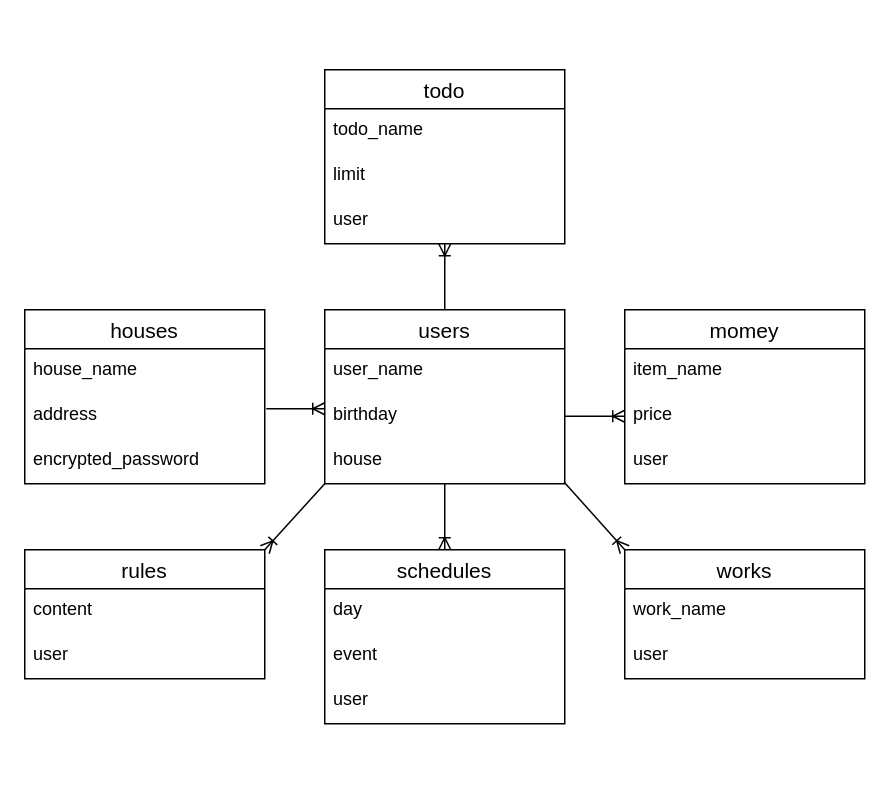
Above: ER.dio in umedayuuki/sharehouse-management (draw.io), before the change. Source tidied: cells renumbered, new cells numbered last; positions are measured from the earlier drawing's top-left corner, leaving out a move shared by most shapes. Both pictures are drawn from the tidied source at 150%, with x=0, y=0 at pixel (24, 69).
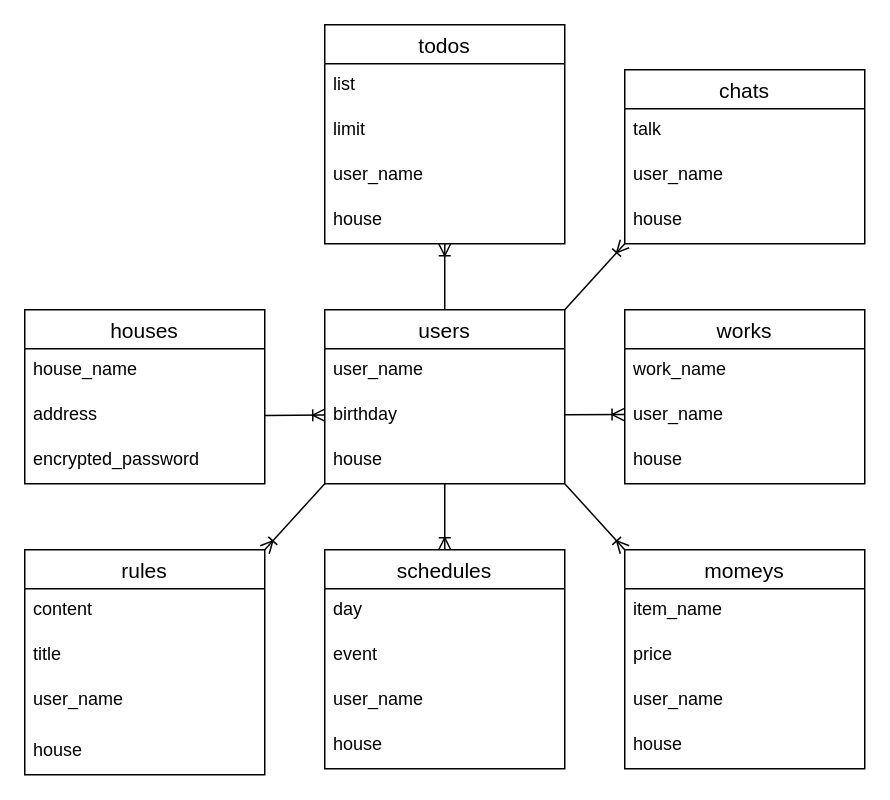
The same page after the edit.

Unchanged cells that the change refers to:
```xml
<mxCell id="4" value="address" style="text;strokeColor=none;fillColor=none;spacingLeft=4;spacingRight=4;overflow=hidden;points=[[0,0.5],[1,0.5]];portConstraint=eastwest;fontSize=12;" parent="2" vertex="1">
  <mxGeometry y="56" width="160" height="30" as="geometry" />
</mxCell>
<mxCell id="6" value="users" style="swimlane;fontStyle=0;horizontal=1;startSize=26;align=center;fontSize=14;" parent="1" vertex="1">
  <mxGeometry x="200" y="160" width="160" height="116" as="geometry" />
</mxCell>
<mxCell id="8" value="birthday" style="text;strokeColor=none;fillColor=none;spacingLeft=4;spacingRight=4;overflow=hidden;points=[[0,0.5],[1,0.5]];portConstraint=eastwest;fontSize=12;" parent="6" vertex="1">
  <mxGeometry y="56" width="160" height="30" as="geometry" />
</mxCell>
<mxCell id="9" value="house" style="text;strokeColor=none;fillColor=none;spacingLeft=4;spacingRight=4;overflow=hidden;points=[[0,0.5],[1,0.5]];portConstraint=eastwest;fontSize=12;" parent="6" vertex="1">
  <mxGeometry y="86" width="160" height="30" as="geometry" />
</mxCell>
<mxCell id="12" value="price" style="text;strokeColor=none;fillColor=none;spacingLeft=4;spacingRight=4;overflow=hidden;points=[[0,0.5],[1,0.5]];portConstraint=eastwest;fontSize=12;" parent="10" vertex="1">
  <mxGeometry y="56" width="160" height="30" as="geometry" />
</mxCell>
```

What changed in the source:
```diff
@@
-    <mxCell id="10" value="momey" style="swimlane;fontStyle=0;horizontal=1;startSize=26;align=center;fontSize=14;" parent="1" vertex="1">
-      <mxGeometry x="400" y="160" width="160" height="116" as="geometry" />
+    <mxCell id="10" value="momeys" style="swimlane;fontStyle=0;horizontal=1;startSize=26;align=center;fontSize=14;" parent="1" vertex="1">
+      <mxGeometry x="400" y="320" width="160" height="146" as="geometry" />
     </mxCell>
@@
-    <mxCell id="13" value="user" style="text;strokeColor=none;fillColor=none;spacingLeft=4;spacingRight=4;overflow=hidden;fontSize=12;" parent="10" vertex="1">
+    <mxCell id="13" value="user_name" style="text;strokeColor=none;fillColor=none;spacingLeft=4;spacingRight=4;overflow=hidden;fontSize=12;" parent="10" vertex="1">
       <mxGeometry y="86" width="160" height="30" as="geometry" />
     </mxCell>
+    <mxCell id="34" value="house" style="text;strokeColor=none;fillColor=none;spacingLeft=4;spacingRight=4;overflow=hidden;fontSize=12;" parent="10" vertex="1">
+      <mxGeometry y="116" width="160" height="30" as="geometry" />
+    </mxCell>
     <mxCell id="14" value="schedules" style="swimlane;fontStyle=0;horizontal=1;startSize=26;align=center;fontSize=14;" parent="1" vertex="1">
-      <mxGeometry x="200" y="320" width="160" height="116" as="geometry" />
+      <mxGeometry x="200" y="320" width="160" height="146" as="geometry" />
     </mxCell>
@@
-    <mxCell id="17" value="user" style="text;strokeColor=none;fillColor=none;spacingLeft=4;spacingRight=4;overflow=hidden;fontSize=12;" parent="14" vertex="1">
+    <mxCell id="17" value="user_name" style="text;strokeColor=none;fillColor=none;spacingLeft=4;spacingRight=4;overflow=hidden;fontSize=12;" parent="14" vertex="1">
       <mxGeometry y="86" width="160" height="30" as="geometry" />
     </mxCell>
+    <mxCell id="35" value="house" style="text;strokeColor=none;fillColor=none;spacingLeft=4;spacingRight=4;overflow=hidden;fontSize=12;" parent="14" vertex="1">
+      <mxGeometry y="116" width="160" height="30" as="geometry" />
+    </mxCell>
     <mxCell id="18" value="works" style="swimlane;fontStyle=0;horizontal=1;startSize=26;align=center;fontSize=14;" parent="1" vertex="1">
-      <mxGeometry x="400" y="320" width="160" height="86" as="geometry" />
+      <mxGeometry x="400" y="160" width="160" height="116" as="geometry" />
     </mxCell>
@@
-    <mxCell id="20" value="user" style="text;strokeColor=none;fillColor=none;spacingLeft=4;spacingRight=4;overflow=hidden;points=[[0,0.5],[1,0.5]];portConstraint=eastwest;fontSize=12;" parent="18" vertex="1">
+    <mxCell id="20" value="user_name" style="text;strokeColor=none;fillColor=none;spacingLeft=4;spacingRight=4;overflow=hidden;points=[[0,0.5],[1,0.5]];portConstraint=eastwest;fontSize=12;" parent="18" vertex="1">
       <mxGeometry y="56" width="160" height="30" as="geometry" />
     </mxCell>
+    <mxCell id="36" value="house" style="text;strokeColor=none;fillColor=none;spacingLeft=4;spacingRight=4;overflow=hidden;fontSize=12;" parent="18" vertex="1">
+      <mxGeometry y="86" width="160" height="30" as="geometry" />
+    </mxCell>
     <mxCell id="21" value="rules" style="swimlane;fontStyle=0;horizontal=1;startSize=26;align=center;fontSize=14;" parent="1" vertex="1">
-      <mxGeometry y="320" width="160" height="86" as="geometry" />
+      <mxGeometry y="320" width="160" height="150" as="geometry" />
     </mxCell>
@@
+    <mxCell id="37" value="title" style="text;strokeColor=none;fillColor=none;spacingLeft=4;spacingRight=4;overflow=hidden;fontSize=12;" parent="21" vertex="1">
+      <mxGeometry y="56" width="160" height="30" as="geometry" />
+    </mxCell>
-    <mxCell id="23" value="user" style="text;strokeColor=none;fillColor=none;spacingLeft=4;spacingRight=4;overflow=hidden;fontSize=12;" parent="21" vertex="1">
-      <mxGeometry y="56" width="160" height="30" as="geometry" />
+    <mxCell id="23" value="user_name" style="text;strokeColor=none;fillColor=none;spacingLeft=4;spacingRight=4;overflow=hidden;fontSize=12;" parent="21" vertex="1">
+      <mxGeometry y="86" width="160" height="34" as="geometry" />
     </mxCell>
+    <mxCell id="38" value="house" style="text;strokeColor=none;fillColor=none;spacingLeft=4;spacingRight=4;overflow=hidden;fontSize=12;" parent="21" vertex="1">
+      <mxGeometry y="120" width="160" height="30" as="geometry" />
+    </mxCell>
-    <mxCell id="24" style="fontSize=12;html=1;endArrow=ERoneToMany;" parent="1" edge="1">
-      <mxGeometry relative="1" as="geometry">
-        <mxPoint x="161" y="226" as="sourcePoint" />
-        <mxPoint x="200" y="226" as="targetPoint" />
-      </mxGeometry>
+    <mxCell id="24" style="fontSize=12;html=1;endArrow=ERoneToMany;entryX=0;entryY=0.474;entryDx=0;entryDy=0;entryPerimeter=0;exitX=1.001;exitY=0.483;exitDx=0;exitDy=0;exitPerimeter=0;" parent="1" edge="1" source="4" target="8">
+      <mxGeometry relative="1" as="geometry" />
     </mxCell>
-    <mxCell id="25" style="fontSize=12;html=1;endArrow=ERoneToMany;entryX=0;entryY=0.5;entryDx=0;entryDy=0;exitX=1;exitY=0.5;exitDx=0;exitDy=0;" parent="1" edge="1" source="8" target="12">
+    <mxCell id="25" style="fontSize=12;html=1;endArrow=ERoneToMany;exitX=1;exitY=0.465;exitDx=0;exitDy=0;exitPerimeter=0;entryX=-0.003;entryY=0.463;entryDx=0;entryDy=0;entryPerimeter=0;" parent="1" edge="1" source="8" target="20">
       <mxGeometry relative="1" as="geometry" />
     </mxCell>
-    <mxCell id="26" style="fontSize=12;html=1;endArrow=ERoneToMany;entryX=0;entryY=0;entryDx=0;entryDy=0;exitX=0.998;exitY=0.967;exitDx=0;exitDy=0;exitPerimeter=0;" parent="1" edge="1" source="9" target="18">
+    <mxCell id="26" style="fontSize=12;html=1;endArrow=ERoneToMany;entryX=0;entryY=0;entryDx=0;entryDy=0;exitX=1.001;exitY=1.005;exitDx=0;exitDy=0;exitPerimeter=0;" parent="1" edge="1" source="9" target="10">
       <mxGeometry relative="1" as="geometry" />
     </mxCell>
@@
-    <mxCell id="28" value="todo" style="swimlane;fontStyle=0;horizontal=1;startSize=26;align=center;fontSize=14;" parent="1" vertex="1">
-      <mxGeometry x="200" width="160" height="116" as="geometry" />
+    <mxCell id="28" value="todos" style="swimlane;fontStyle=0;horizontal=1;startSize=26;align=center;fontSize=14;" parent="1" vertex="1">
+      <mxGeometry x="200" y="-30" width="160" height="146" as="geometry" />
     </mxCell>
-    <mxCell id="29" value="todo_name" style="text;strokeColor=none;fillColor=none;spacingLeft=4;spacingRight=4;overflow=hidden;fontSize=12;" parent="28" vertex="1">
+    <mxCell id="29" value="list" style="text;strokeColor=none;fillColor=none;spacingLeft=4;spacingRight=4;overflow=hidden;fontSize=12;" parent="28" vertex="1">
       <mxGeometry y="26" width="160" height="30" as="geometry" />
     </mxCell>
@@
-    <mxCell id="31" value="user" style="text;strokeColor=none;fillColor=none;spacingLeft=4;spacingRight=4;overflow=hidden;points=[[0,0.5],[1,0.5]];portConstraint=eastwest;fontSize=12;" parent="28" vertex="1">
+    <mxCell id="31" value="user_name" style="text;strokeColor=none;fillColor=none;spacingLeft=4;spacingRight=4;overflow=hidden;points=[[0,0.5],[1,0.5]];portConstraint=eastwest;fontSize=12;" parent="28" vertex="1">
       <mxGeometry y="86" width="160" height="30" as="geometry" />
     </mxCell>
+    <mxCell id="39" value="house" style="text;strokeColor=none;fillColor=none;spacingLeft=4;spacingRight=4;overflow=hidden;fontSize=12;" parent="28" vertex="1">
+      <mxGeometry y="116" width="160" height="30" as="geometry" />
+    </mxCell>
-    <mxCell id="32" style="fontSize=12;html=1;endArrow=ERoneToMany;entryX=0.5;entryY=1;entryDx=0;entryDy=0;entryPerimeter=0;exitX=0.5;exitY=0;exitDx=0;exitDy=0;" parent="1" edge="1" source="6" target="31">
+    <mxCell id="32" style="fontSize=12;html=1;endArrow=ERoneToMany;exitX=0.5;exitY=0;exitDx=0;exitDy=0;entryX=0.5;entryY=1;entryDx=0;entryDy=0;" parent="1" edge="1" source="6" target="28">
       <mxGeometry relative="1" as="geometry" />
     </mxCell>
@@
+    <mxCell id="40" value="chats" style="swimlane;fontStyle=0;horizontal=1;startSize=26;align=center;fontSize=14;" parent="1" vertex="1">
+      <mxGeometry x="400" width="160" height="116" as="geometry" />
+    </mxCell>
+    <mxCell id="41" value="talk" style="text;strokeColor=none;fillColor=none;spacingLeft=4;spacingRight=4;overflow=hidden;fontSize=12;" parent="40" vertex="1">
+      <mxGeometry y="26" width="160" height="30" as="geometry" />
+    </mxCell>
+    <mxCell id="42" value="user_name" style="text;strokeColor=none;fillColor=none;spacingLeft=4;spacingRight=4;overflow=hidden;fontSize=12;" parent="40" vertex="1">
+      <mxGeometry y="56" width="160" height="30" as="geometry" />
+    </mxCell>
+    <mxCell id="43" value="house" style="text;strokeColor=none;fillColor=none;spacingLeft=4;spacingRight=4;overflow=hidden;points=[[0,0.5],[1,0.5]];portConstraint=eastwest;fontSize=12;" parent="40" vertex="1">
+      <mxGeometry y="86" width="160" height="30" as="geometry" />
+    </mxCell>
+    <mxCell id="44" style="fontSize=12;html=1;endArrow=ERoneToMany;exitX=1;exitY=0;exitDx=0;exitDy=0;entryX=0;entryY=1;entryDx=0;entryDy=0;entryPerimeter=0;" parent="1" edge="1" source="6" target="43">
+      <mxGeometry relative="1" as="geometry" />
+    </mxCell>
```
